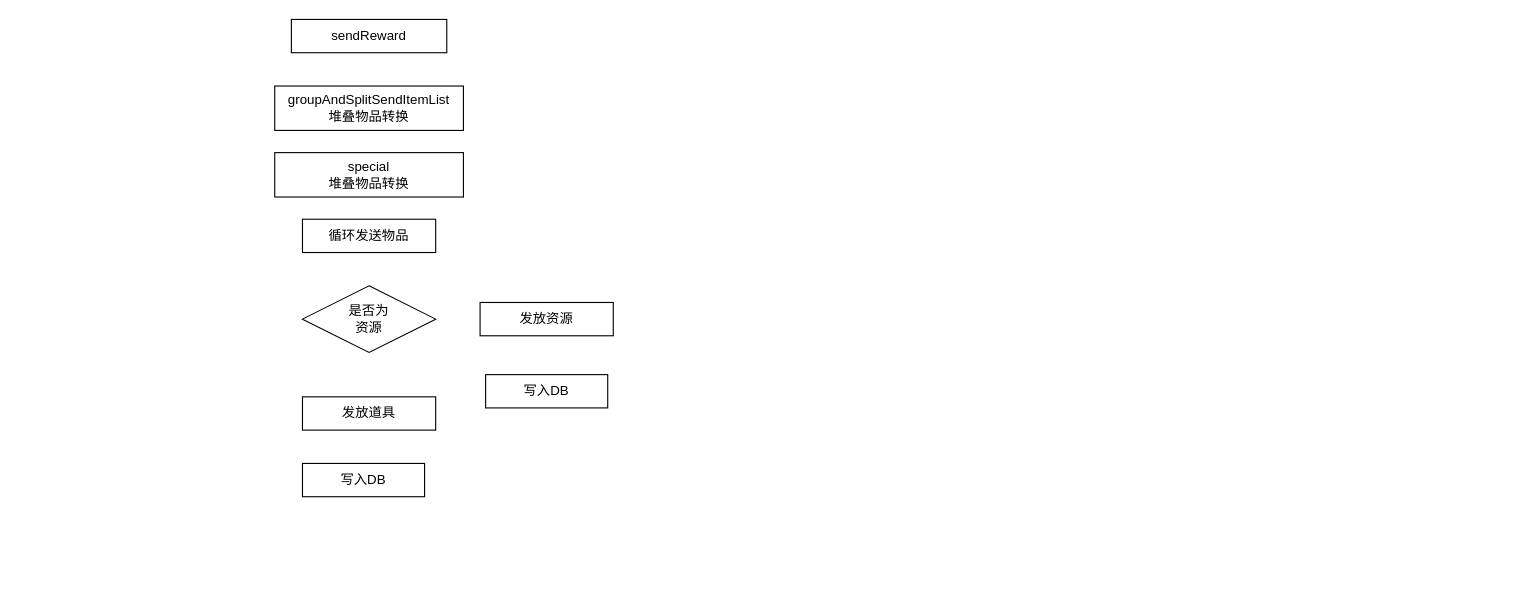
Before: SSJJ2/角色皮肤调整.drawio in Ordertiny/graph, a draw.io diagram. Source tidied: cells renumbered, new cells numbered last; positions are measured from the earlier drawing's top-left corner, leaving out a move shared by most shapes. Both pictures are drawn from the tidied source at 111%, with x=0, y=0 at pixel (274, 19).
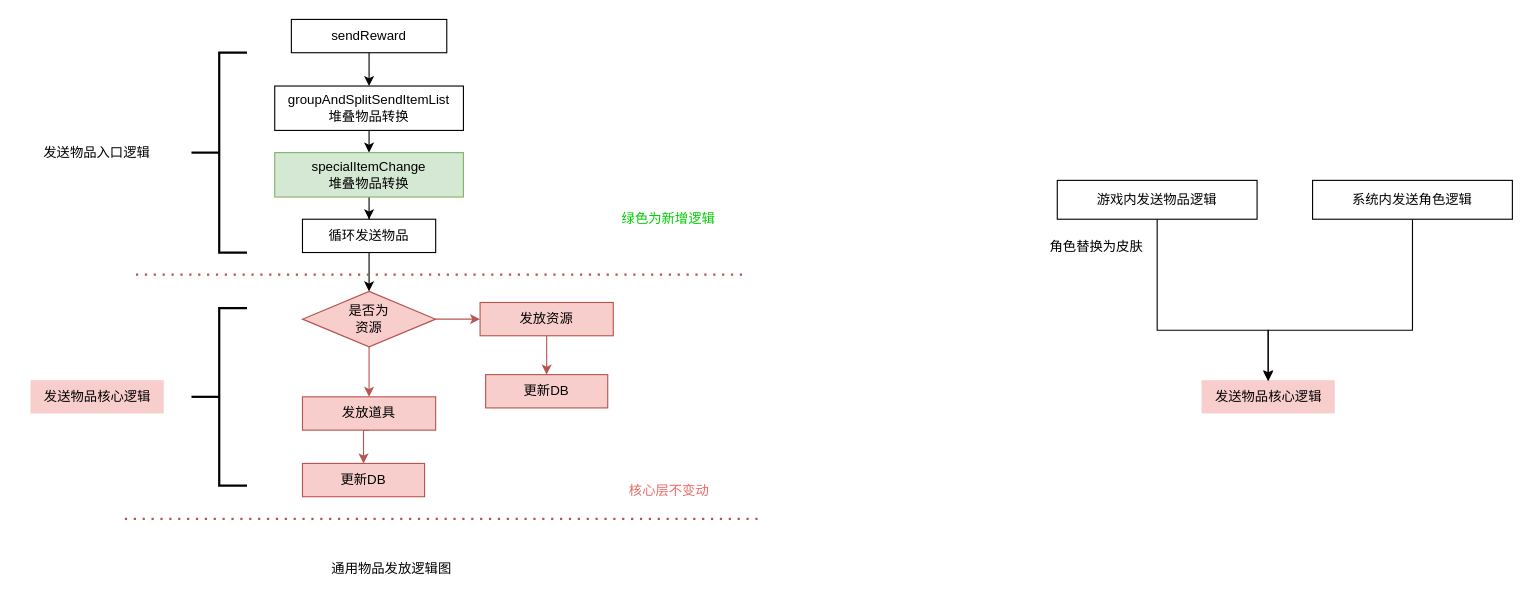
The same page after the edit.

Commit message (it also covers changes not shown here):
更新角色皮肤调整.drawio

Unchanged cells that the change refers to:
```xml
<mxCell id="2" value="sendReward" style="rounded=0;whiteSpace=wrap;html=1;" parent="1" vertex="1">
  <mxGeometry x="15" width="140" height="30" as="geometry" />
</mxCell>
<mxCell id="3" value="groupAndSplitSendItemList&lt;br&gt;堆叠物品转换" style="rounded=0;whiteSpace=wrap;html=1;" parent="1" vertex="1">
  <mxGeometry y="60" width="170" height="40" as="geometry" />
</mxCell>
<mxCell id="4" value="循环发送物品" style="rounded=0;whiteSpace=wrap;html=1;" parent="1" vertex="1">
  <mxGeometry x="25" y="180" width="120" height="30" as="geometry" />
</mxCell>
```

Diff of the diagram source:
```diff
@@
+    <mxCell id="11" style="edgeStyle=orthogonalEdgeStyle;rounded=0;jettySize=auto;html=1;exitX=0.5;exitY=1;exitDx=0;exitDy=0;" parent="1" edge="1" source="2" target="3">
+      <mxGeometry relative="1" as="geometry" />
+    </mxCell>
@@
+    <mxCell id="12" style="edgeStyle=orthogonalEdgeStyle;rounded=0;jettySize=auto;html=1;exitX=0.5;exitY=1;exitDx=0;exitDy=0;entryX=0.5;entryY=0;entryDx=0;entryDy=0;" parent="1" edge="1" source="3" target="10">
+      <mxGeometry relative="1" as="geometry" />
+    </mxCell>
@@
+    <mxCell id="13" style="edgeStyle=orthogonalEdgeStyle;rounded=0;jettySize=auto;html=1;exitX=0.5;exitY=1;exitDx=0;exitDy=0;" parent="1" edge="1" source="4" target="7">
+      <mxGeometry relative="1" as="geometry" />
+    </mxCell>
@@
+    <mxCell id="14" style="edgeStyle=orthogonalEdgeStyle;rounded=0;jettySize=auto;html=1;exitX=0.5;exitY=1;exitDx=0;exitDy=0;fillColor=#f8cecc;strokeColor=#b85450;" parent="1" edge="1" source="5" target="9">
+      <mxGeometry relative="1" as="geometry" />
+    </mxCell>
-    <mxCell id="5" value="发放资源" style="rounded=0;whiteSpace=wrap;html=1;" parent="1" vertex="1">
+    <mxCell id="5" value="发放资源" style="rounded=0;whiteSpace=wrap;html=1;fillColor=#f8cecc;strokeColor=#b85450;" parent="1" vertex="1">
       <mxGeometry x="185" y="255" width="120" height="30" as="geometry" />
     </mxCell>
+    <mxCell id="15" style="edgeStyle=orthogonalEdgeStyle;rounded=0;jettySize=auto;html=1;exitX=0.5;exitY=1;exitDx=0;exitDy=0;entryX=0.5;entryY=0;entryDx=0;entryDy=0;fillColor=#f8cecc;strokeColor=#b85450;" parent="1" edge="1" source="6" target="8">
+      <mxGeometry relative="1" as="geometry" />
+    </mxCell>
-    <mxCell id="6" value="发放道具" style="rounded=0;whiteSpace=wrap;html=1;" parent="1" vertex="1">
+    <mxCell id="6" value="发放道具" style="rounded=0;whiteSpace=wrap;html=1;fillColor=#f8cecc;strokeColor=#b85450;" parent="1" vertex="1">
       <mxGeometry x="25" y="340" width="120" height="30" as="geometry" />
     </mxCell>
+    <mxCell id="16" style="edgeStyle=orthogonalEdgeStyle;rounded=0;jettySize=auto;html=1;exitX=1;exitY=0.5;exitDx=0;exitDy=0;entryX=0;entryY=0.5;entryDx=0;entryDy=0;fillColor=#f8cecc;strokeColor=#b85450;" parent="1" edge="1" source="7" target="5">
+      <mxGeometry relative="1" as="geometry" />
+    </mxCell>
+    <mxCell id="17" style="edgeStyle=orthogonalEdgeStyle;rounded=0;jettySize=auto;html=1;exitX=0.5;exitY=1;exitDx=0;exitDy=0;entryX=0.5;entryY=0;entryDx=0;entryDy=0;fillColor=#f8cecc;strokeColor=#b85450;" parent="1" edge="1" source="7" target="6">
+      <mxGeometry relative="1" as="geometry" />
+    </mxCell>
-    <mxCell id="7" value="是否为&lt;br&gt;资源" style="rhombus;whiteSpace=wrap;html=1;" parent="1" vertex="1">
-      <mxGeometry x="25" y="240" width="120" height="60" as="geometry" />
+    <mxCell id="7" value="是否为&lt;br&gt;资源" style="rhombus;whiteSpace=wrap;html=1;fillColor=#f8cecc;strokeColor=#b85450;" parent="1" vertex="1">
+      <mxGeometry x="25" y="245" width="120" height="50" as="geometry" />
     </mxCell>
-    <mxCell id="8" value="写入DB" style="whiteSpace=wrap;html=1;" parent="1" vertex="1">
+    <mxCell id="8" value="更新DB" style="whiteSpace=wrap;html=1;fillColor=#f8cecc;strokeColor=#b85450;" parent="1" vertex="1">
       <mxGeometry x="25" y="400" width="110" height="30" as="geometry" />
     </mxCell>
-    <mxCell id="9" value="写入DB" style="whiteSpace=wrap;html=1;" parent="1" vertex="1">
+    <mxCell id="9" value="更新DB" style="whiteSpace=wrap;html=1;fillColor=#f8cecc;strokeColor=#b85450;" parent="1" vertex="1">
       <mxGeometry x="190" y="320" width="110" height="30" as="geometry" />
     </mxCell>
+    <mxCell id="18" style="edgeStyle=orthogonalEdgeStyle;rounded=0;jettySize=auto;html=1;exitX=0.5;exitY=1;exitDx=0;exitDy=0;" parent="1" edge="1" source="10" target="4">
+      <mxGeometry relative="1" as="geometry" />
+    </mxCell>
-    <mxCell id="10" value="special&lt;br&gt;堆叠物品转换" style="rounded=0;whiteSpace=wrap;html=1;" parent="1" vertex="1">
+    <mxCell id="10" value="specialItemChange&lt;br&gt;堆叠物品转换" style="rounded=0;whiteSpace=wrap;html=1;fillColor=#d5e8d4;strokeColor=#82b366;" parent="1" vertex="1">
       <mxGeometry y="120" width="170" height="40" as="geometry" />
     </mxCell>
+    <mxCell id="19" style="endArrow=none;dashed=1;html=1;dashPattern=1 3;strokeWidth=2;rounded=0;fillColor=#f8cecc;strokeColor=#b85450;" parent="1" edge="1">
+      <mxGeometry relative="1" as="geometry">
+        <mxPoint x="-125" y="230" as="sourcePoint" />
+        <mxPoint x="425" y="230" as="targetPoint" />
+      </mxGeometry>
+    </mxCell>
+    <mxCell id="20" style="endArrow=none;dashed=1;html=1;dashPattern=1 3;strokeWidth=2;rounded=0;fillColor=#f8cecc;strokeColor=#b85450;" parent="1" edge="1">
+      <mxGeometry relative="1" as="geometry">
+        <mxPoint x="-135" y="450" as="sourcePoint" />
+        <mxPoint x="435" y="450" as="targetPoint" />
+      </mxGeometry>
+    </mxCell>
+    <mxCell id="21" value="发送物品核心逻辑" style="text;html=1;align=center;verticalAlign=middle;strokeColor=none;fillColor=#f8cecc;" parent="1" vertex="1">
+      <mxGeometry x="-220" y="325" width="120" height="30" as="geometry" />
+    </mxCell>
+    <mxCell id="22" value="发送物品入口逻辑" style="rounded=0;whiteSpace=wrap;html=1;strokeColor=none;" parent="1" vertex="1">
+      <mxGeometry x="-230" y="105" width="140" height="30" as="geometry" />
+    </mxCell>
+    <mxCell id="23" value="绿色为新增逻辑" style="rounded=0;whiteSpace=wrap;html=1;fontColor=#00CC00;strokeColor=none;" parent="1" vertex="1">
+      <mxGeometry x="295" y="160" width="120" height="40" as="geometry" />
+    </mxCell>
+    <mxCell id="24" value="通用物品发放逻辑图" style="text;html=1;align=center;verticalAlign=middle;strokeColor=none;fillColor=none;" parent="1" vertex="1">
+      <mxGeometry x="40" y="480" width="130" height="30" as="geometry" />
+    </mxCell>
+    <mxCell id="25" style="strokeWidth=2;html=1;shape=mxgraph.flowchart.annotation_2;align=left;labelPosition=right;" parent="1" vertex="1">
+      <mxGeometry x="-75" y="260" width="50" height="160" as="geometry" />
+    </mxCell>
+    <mxCell id="26" style="strokeWidth=2;html=1;shape=mxgraph.flowchart.annotation_2;align=left;labelPosition=right;" parent="1" vertex="1">
+      <mxGeometry x="-75" y="30" width="50" height="180" as="geometry" />
+    </mxCell>
+    <mxCell id="27" value="核心层不变动" style="text;html=1;align=center;verticalAlign=middle;strokeColor=none;fillColor=none;fontColor=#EA6B66;" parent="1" vertex="1">
+      <mxGeometry x="305" y="410" width="100" height="30" as="geometry" />
+    </mxCell>
+    <mxCell id="28" value="发送物品核心逻辑" style="text;html=1;align=center;verticalAlign=middle;points=[];strokeColor=none;fillColor=#f8cecc;" parent="1" vertex="1">
+      <mxGeometry x="835" y="325" width="120" height="30" as="geometry" />
+    </mxCell>
+    <mxCell id="29" style="edgeStyle=orthogonalEdgeStyle;rounded=0;jettySize=auto;html=1;exitX=0.5;exitY=1;exitDx=0;exitDy=0;" parent="1" edge="1" source="30" target="28">
+      <mxGeometry relative="1" as="geometry">
+        <Array as="points">
+          <mxPoint x="795" y="280" />
+          <mxPoint x="895" y="280" />
+        </Array>
+      </mxGeometry>
+    </mxCell>
+    <mxCell id="30" value="游戏内发送物品逻辑" style="rounded=0;whiteSpace=wrap;html=1;" parent="1" vertex="1">
+      <mxGeometry x="705" y="145" width="180" height="35" as="geometry" />
+    </mxCell>
+    <mxCell id="31" value="系统内发送角色逻辑" style="rounded=0;whiteSpace=wrap;html=1;" parent="1" vertex="1">
+      <mxGeometry x="935" y="145" width="180" height="35" as="geometry" />
+    </mxCell>
+    <mxCell id="32" style="edgeStyle=orthogonalEdgeStyle;rounded=0;jettySize=auto;html=1;exitX=0.5;exitY=1;exitDx=0;exitDy=0;entryX=0.5;entryY=0.033;entryDx=0;entryDy=0;entryPerimeter=0;" parent="1" edge="1" source="31" target="28">
+      <mxGeometry relative="1" as="geometry">
+        <Array as="points">
+          <mxPoint x="1025" y="280" />
+          <mxPoint x="895" y="280" />
+        </Array>
+      </mxGeometry>
+    </mxCell>
+    <mxCell id="33" value="角色替换为皮肤" style="text;html=1;align=center;verticalAlign=middle;strokeColor=none;fillColor=none;" parent="1" vertex="1">
+      <mxGeometry x="685" y="190" width="110" height="30" as="geometry" />
+    </mxCell>
```
